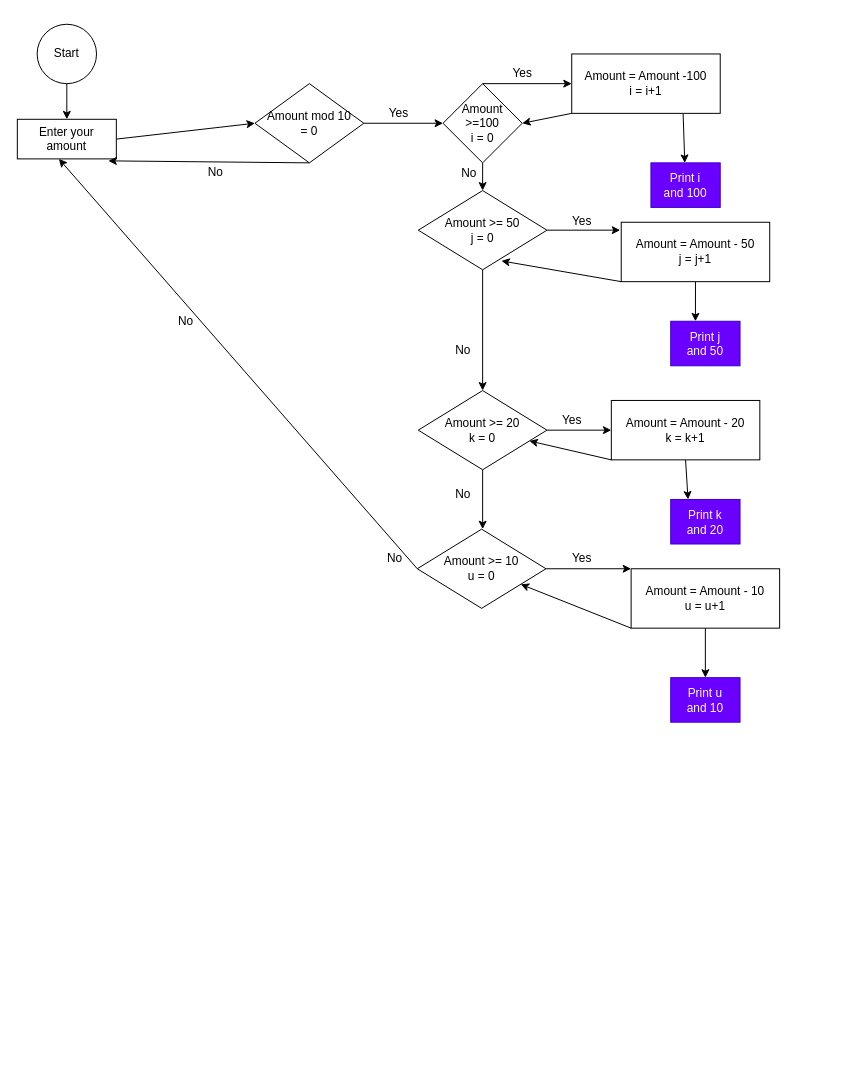
Above: ATM.drawio in nazilaAz/F23-Day4-Azabdaftar-Shaikh (draw.io), before the change. Source tidied: cells renumbered, new cells numbered last; positions are measured from the earlier drawing's top-left corner, leaving out a move shared by most shapes. Both pictures are drawn from the tidied source at 99%, with x=0, y=0 at pixel (17, 24).
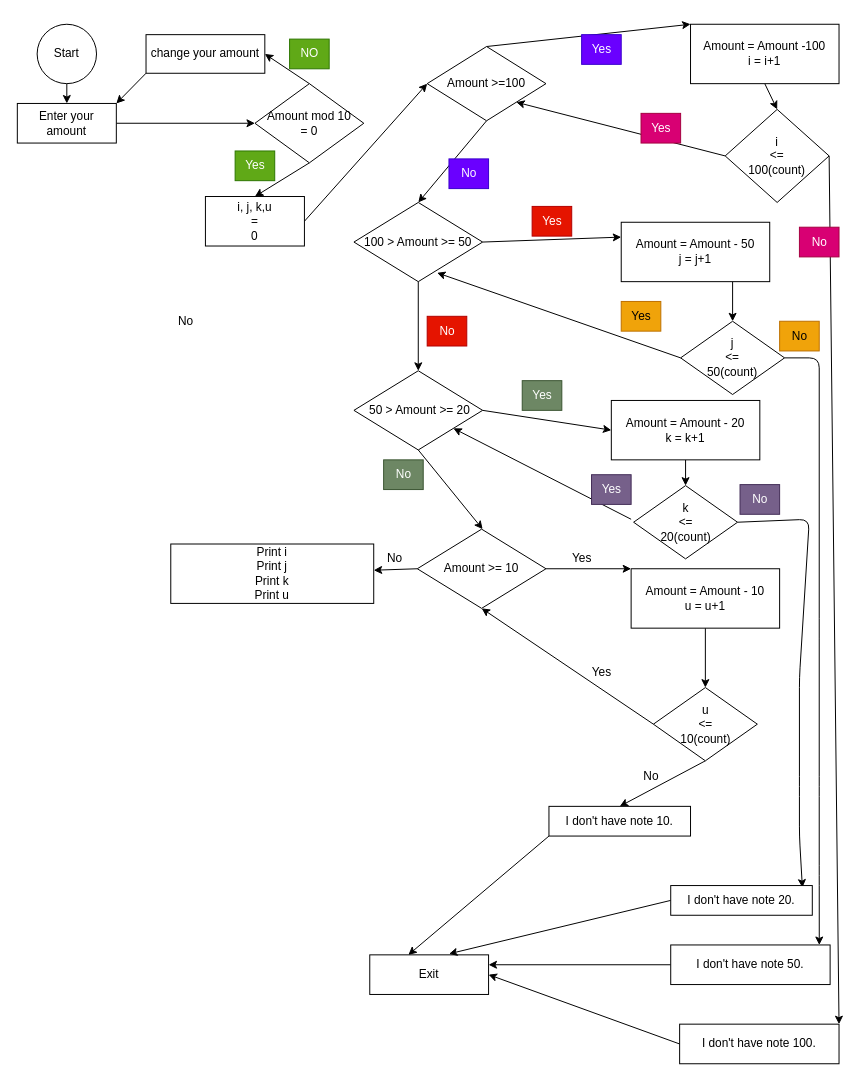
After the change.

Unchanged cells that the change refers to:
```xml
<mxCell id="21" value="Amount = Amount - 50&lt;br&gt;j = j+1" style="rounded=0;whiteSpace=wrap;html=1;" parent="1" vertex="1">
  <mxGeometry x="610" y="200" width="150" height="60" as="geometry" />
</mxCell>
<mxCell id="30" value="Amount = Amount - 20&lt;br&gt;k = k+1" style="rounded=0;whiteSpace=wrap;html=1;" parent="1" vertex="1">
  <mxGeometry x="600" y="380" width="150" height="60" as="geometry" />
</mxCell>
<mxCell id="39" value="Amount = Amount - 10&lt;br&gt;u = u+1" style="rounded=0;whiteSpace=wrap;html=1;" parent="1" vertex="1">
  <mxGeometry x="620" y="550" width="150" height="60" as="geometry" />
</mxCell>
<mxCell id="44" value="Amount mod 10 &lt;br&gt;= 0" style="rhombus;whiteSpace=wrap;html=1;" parent="1" vertex="1">
  <mxGeometry x="240" y="60" width="110" height="80" as="geometry" />
</mxCell>
```

What changed in the source:
```diff
@@
-    <mxCell id="4" style="edgeStyle=none;html=1;entryX=0;entryY=0.5;entryDx=0;entryDy=0;" parent="1" edge="1" target="8">
-      <mxGeometry relative="1" as="geometry">
-        <mxPoint x="350" y="100" as="sourcePoint" />
-      </mxGeometry>
-    </mxCell>
@@
     <mxCell id="6" value="Enter your amount" style="rounded=0;whiteSpace=wrap;html=1;" parent="1" vertex="1">
-      <mxGeometry y="96" width="100" height="40" as="geometry" />
+      <mxGeometry y="80" width="100" height="40" as="geometry" />
     </mxCell>
@@
+    <mxCell id="12" style="edgeStyle=none;html=1;exitX=0.5;exitY=0;exitDx=0;exitDy=0;entryX=0;entryY=0;entryDx=0;entryDy=0;" parent="1" edge="1" source="8" target="11">
+      <mxGeometry relative="1" as="geometry" />
+    </mxCell>
-    <mxCell id="8" value="Amount &amp;gt;=100&lt;br&gt;i = 0" style="rhombus;whiteSpace=wrap;html=1;" parent="1" vertex="1">
-      <mxGeometry x="430" y="60" width="80" height="80" as="geometry" />
+    <mxCell id="8" value="Amount &amp;gt;=100" style="rhombus;whiteSpace=wrap;html=1;" parent="1" vertex="1">
+      <mxGeometry x="414" y="22.5" width="120" height="75" as="geometry" />
     </mxCell>
-    <mxCell id="9" style="edgeStyle=none;html=1;exitX=0;exitY=1;exitDx=0;exitDy=0;entryX=1;entryY=0.5;entryDx=0;entryDy=0;" parent="1" edge="1" source="11" target="8">
-      <mxGeometry relative="1" as="geometry" />
-    </mxCell>
-    <mxCell id="10" style="edgeStyle=none;html=1;exitX=0.75;exitY=1;exitDx=0;exitDy=0;" parent="1" edge="1" source="11" target="14">
-      <mxGeometry relative="1" as="geometry" />
-    </mxCell>
+    <mxCell id="48" style="edgeStyle=none;html=1;exitX=0.5;exitY=1;exitDx=0;exitDy=0;entryX=0.5;entryY=0;entryDx=0;entryDy=0;" parent="1" edge="1" source="11" target="61">
+      <mxGeometry relative="1" as="geometry" />
+    </mxCell>
     <mxCell id="11" value="Amount = Amount -100&lt;br&gt;i = i+1" style="rounded=0;whiteSpace=wrap;html=1;" parent="1" vertex="1">
-      <mxGeometry x="560" y="30" width="150" height="60" as="geometry" />
+      <mxGeometry x="680" width="150" height="60" as="geometry" />
     </mxCell>
-    <mxCell id="12" style="edgeStyle=none;html=1;exitX=0.5;exitY=0;exitDx=0;exitDy=0;entryX=0;entryY=0.5;entryDx=0;entryDy=0;" parent="1" edge="1" source="8" target="11">
-      <mxGeometry relative="1" as="geometry" />
-    </mxCell>
-    <mxCell id="13" value="Yes" style="text;html=1;align=center;verticalAlign=middle;strokeColor=none;fillColor=none;" parent="1" vertex="1">
-      <mxGeometry x="490" y="35" width="40" height="30" as="geometry" />
-    </mxCell>
-    <mxCell id="14" value="Print i&lt;br&gt;and 100" style="rounded=0;whiteSpace=wrap;html=1;fillColor=#6a00ff;strokeColor=#3700CC;fontColor=#ffffff;" parent="1" vertex="1">
-      <mxGeometry x="640" y="140" width="70" height="45" as="geometry" />
-    </mxCell>
-    <mxCell id="15" value="No" style="text;html=1;align=center;verticalAlign=middle;strokeColor=none;fillColor=none;" parent="1" vertex="1">
+    <mxCell id="15" value="No" style="text;html=1;align=center;verticalAlign=middle;strokeColor=#3700CC;fillColor=#6a00ff;fontColor=#ffffff;" parent="1" vertex="1">
       <mxGeometry x="436" y="136" width="40" height="30" as="geometry" />
     </mxCell>
-    <mxCell id="16" style="edgeStyle=none;html=1;exitX=1;exitY=0.5;exitDx=0;exitDy=0;entryX=-0.007;entryY=0.133;entryDx=0;entryDy=0;entryPerimeter=0;" parent="1" edge="1" source="18" target="21">
+    <mxCell id="16" style="edgeStyle=none;html=1;exitX=1;exitY=0.5;exitDx=0;exitDy=0;entryX=0;entryY=0.25;entryDx=0;entryDy=0;" parent="1" edge="1" source="18" target="21">
       <mxGeometry relative="1" as="geometry" />
     </mxCell>
@@
-    <mxCell id="18" value="Amount &amp;gt;= 50&lt;br&gt;j = 0" style="rhombus;whiteSpace=wrap;html=1;" parent="1" vertex="1">
-      <mxGeometry x="405" y="168" width="130" height="80" as="geometry" />
+    <mxCell id="18" value="100 &amp;gt; Amount &amp;gt;= 50" style="rhombus;whiteSpace=wrap;html=1;" parent="1" vertex="1">
+      <mxGeometry x="340" y="180" width="130" height="80" as="geometry" />
     </mxCell>
-    <mxCell id="19" style="edgeStyle=none;html=1;exitX=0.5;exitY=1;exitDx=0;exitDy=0;entryX=0.357;entryY=0;entryDx=0;entryDy=0;entryPerimeter=0;" parent="1" edge="1" source="21" target="23">
-      <mxGeometry relative="1" as="geometry" />
-    </mxCell>
-    <mxCell id="20" style="edgeStyle=none;html=1;exitX=0;exitY=1;exitDx=0;exitDy=0;entryX=0.646;entryY=0.888;entryDx=0;entryDy=0;entryPerimeter=0;" parent="1" edge="1" source="21" target="18">
+    <mxCell id="20" style="edgeStyle=none;html=1;exitX=0;exitY=0.5;exitDx=0;exitDy=0;entryX=0.646;entryY=0.888;entryDx=0;entryDy=0;entryPerimeter=0;" parent="1" edge="1" source="71" target="18">
       <mxGeometry relative="1" as="geometry" />
     </mxCell>
+    <mxCell id="49" style="edgeStyle=none;html=1;exitX=0.75;exitY=1;exitDx=0;exitDy=0;entryX=0.5;entryY=0;entryDx=0;entryDy=0;" parent="1" edge="1" source="21" target="71">
+      <mxGeometry relative="1" as="geometry" />
+    </mxCell>
@@
-    <mxCell id="22" value="Yes" style="text;html=1;align=center;verticalAlign=middle;strokeColor=none;fillColor=none;" parent="1" vertex="1">
-      <mxGeometry x="550" y="184" width="40" height="30" as="geometry" />
+    <mxCell id="22" value="Yes" style="text;html=1;align=center;verticalAlign=middle;strokeColor=#B20000;fillColor=#e51400;fontColor=#ffffff;" parent="1" vertex="1">
+      <mxGeometry x="520" y="184" width="40" height="30" as="geometry" />
     </mxCell>
-    <mxCell id="23" value="Print j&lt;br&gt;and 50" style="rounded=0;whiteSpace=wrap;html=1;fillColor=#6a00ff;fontColor=#ffffff;strokeColor=#3700CC;" parent="1" vertex="1">
-      <mxGeometry x="660" y="300" width="70" height="45" as="geometry" />
-    </mxCell>
@@
-    <mxCell id="26" value="Amount &amp;gt;= 20&lt;br&gt;k = 0" style="rhombus;whiteSpace=wrap;html=1;" parent="1" vertex="1">
-      <mxGeometry x="405" y="370" width="130" height="80" as="geometry" />
+    <mxCell id="26" value="&amp;nbsp;50 &amp;gt; Amount &amp;gt;= 20" style="rhombus;whiteSpace=wrap;html=1;" parent="1" vertex="1">
+      <mxGeometry x="340" y="350" width="130" height="80" as="geometry" />
     </mxCell>
-    <mxCell id="27" value="No" style="text;html=1;align=center;verticalAlign=middle;strokeColor=none;fillColor=none;" parent="1" vertex="1">
-      <mxGeometry x="430" y="315" width="40" height="30" as="geometry" />
+    <mxCell id="27" value="No" style="text;html=1;align=center;verticalAlign=middle;strokeColor=#B20000;fillColor=#e51400;fontColor=#ffffff;" parent="1" vertex="1">
+      <mxGeometry x="414" y="295" width="40" height="30" as="geometry" />
     </mxCell>
-    <mxCell id="28" style="edgeStyle=none;html=1;exitX=0.5;exitY=1;exitDx=0;exitDy=0;entryX=0.25;entryY=0;entryDx=0;entryDy=0;" parent="1" edge="1" source="30" target="32">
-      <mxGeometry relative="1" as="geometry" />
-    </mxCell>
-    <mxCell id="29" style="edgeStyle=none;html=1;exitX=0;exitY=1;exitDx=0;exitDy=0;" parent="1" edge="1" source="30" target="26">
-      <mxGeometry relative="1" as="geometry" />
+    <mxCell id="29" style="edgeStyle=none;html=1;" parent="1" edge="1" target="26">
+      <mxGeometry relative="1" as="geometry">
+        <mxPoint x="620" y="500" as="sourcePoint" />
+      </mxGeometry>
     </mxCell>
+    <mxCell id="50" style="edgeStyle=none;html=1;exitX=0.5;exitY=1;exitDx=0;exitDy=0;entryX=0.5;entryY=0;entryDx=0;entryDy=0;" parent="1" edge="1" source="30" target="77">
+      <mxGeometry relative="1" as="geometry" />
+    </mxCell>
@@
-    <mxCell id="31" value="Yes" style="text;html=1;align=center;verticalAlign=middle;strokeColor=none;fillColor=none;" parent="1" vertex="1">
-      <mxGeometry x="540" y="385" width="40" height="30" as="geometry" />
+    <mxCell id="31" value="Yes" style="text;html=1;align=center;verticalAlign=middle;strokeColor=#3A5431;fillColor=#6d8764;fontColor=#ffffff;" parent="1" vertex="1">
+      <mxGeometry x="510" y="360" width="40" height="30" as="geometry" />
     </mxCell>
-    <mxCell id="32" value="Print k&lt;br&gt;and 20" style="rounded=0;whiteSpace=wrap;html=1;fillColor=#6a00ff;fontColor=#ffffff;strokeColor=#3700CC;" parent="1" vertex="1">
-      <mxGeometry x="660" y="480" width="70" height="45" as="geometry" />
-    </mxCell>
-    <mxCell id="33" value="No" style="text;html=1;align=center;verticalAlign=middle;strokeColor=none;fillColor=none;" parent="1" vertex="1">
-      <mxGeometry x="430" y="460" width="40" height="30" as="geometry" />
+    <mxCell id="33" value="No" style="text;html=1;align=center;verticalAlign=middle;strokeColor=#3A5431;fillColor=#6d8764;fontColor=#ffffff;" parent="1" vertex="1">
+      <mxGeometry x="370" y="440" width="40" height="30" as="geometry" />
     </mxCell>
@@
-    <mxCell id="35" style="edgeStyle=none;html=1;exitX=0;exitY=0.5;exitDx=0;exitDy=0;entryX=0.42;entryY=1;entryDx=0;entryDy=0;entryPerimeter=0;" parent="1" edge="1" source="36" target="6">
-      <mxGeometry relative="1" as="geometry" />
-    </mxCell>
+    <mxCell id="51" style="edgeStyle=none;html=1;exitX=0;exitY=0.5;exitDx=0;exitDy=0;" parent="1" edge="1" source="36" target="85">
+      <mxGeometry relative="1" as="geometry" />
+    </mxCell>
-    <mxCell id="36" value="Amount &amp;gt;= 10&lt;br&gt;u = 0" style="rhombus;whiteSpace=wrap;html=1;" parent="1" vertex="1">
+    <mxCell id="36" value="Amount &amp;gt;= 10" style="rhombus;whiteSpace=wrap;html=1;" parent="1" vertex="1">
       <mxGeometry x="404" y="510" width="130" height="80" as="geometry" />
     </mxCell>
-    <mxCell id="37" style="edgeStyle=none;html=1;exitX=0;exitY=1;exitDx=0;exitDy=0;" parent="1" edge="1" source="39" target="36">
+    <mxCell id="37" style="edgeStyle=none;html=1;exitX=0;exitY=0.5;exitDx=0;exitDy=0;entryX=0.5;entryY=1;entryDx=0;entryDy=0;" parent="1" edge="1" source="83" target="36">
       <mxGeometry relative="1" as="geometry" />
     </mxCell>
-    <mxCell id="38" style="edgeStyle=none;html=1;exitX=0.5;exitY=1;exitDx=0;exitDy=0;entryX=0.5;entryY=0;entryDx=0;entryDy=0;" parent="1" edge="1" source="39" target="41">
-      <mxGeometry relative="1" as="geometry" />
-    </mxCell>
+    <mxCell id="52" style="edgeStyle=none;html=1;exitX=0.5;exitY=1;exitDx=0;exitDy=0;entryX=0.5;entryY=0;entryDx=0;entryDy=0;" parent="1" edge="1" source="39" target="83">
+      <mxGeometry relative="1" as="geometry" />
+    </mxCell>
@@
-    <mxCell id="41" value="Print u&lt;br&gt;and 10" style="rounded=0;whiteSpace=wrap;html=1;fillColor=#6a00ff;fontColor=#ffffff;strokeColor=#3700CC;" parent="1" vertex="1">
-      <mxGeometry x="660" y="660" width="70" height="45" as="geometry" />
-    </mxCell>
@@
-    <mxCell id="43" style="edgeStyle=none;html=1;exitX=0.5;exitY=1;exitDx=0;exitDy=0;entryX=0.92;entryY=1.05;entryDx=0;entryDy=0;entryPerimeter=0;" parent="1" edge="1" source="44" target="6">
-      <mxGeometry relative="1" as="geometry" />
-    </mxCell>
+    <mxCell id="53" style="edgeStyle=none;html=1;exitX=0.5;exitY=0;exitDx=0;exitDy=0;entryX=1;entryY=0.5;entryDx=0;entryDy=0;" parent="1" edge="1" source="44" target="56">
+      <mxGeometry relative="1" as="geometry" />
+    </mxCell>
+    <mxCell id="54" style="edgeStyle=none;html=1;exitX=0.5;exitY=1;exitDx=0;exitDy=0;entryX=0.5;entryY=0;entryDx=0;entryDy=0;" parent="1" edge="1" source="44" target="68">
+      <mxGeometry relative="1" as="geometry" />
+    </mxCell>
@@
-    <mxCell id="45" value="Yes" style="text;html=1;align=center;verticalAlign=middle;strokeColor=none;fillColor=none;" parent="1" vertex="1">
-      <mxGeometry x="365" y="75" width="40" height="30" as="geometry" />
-    </mxCell>
+    <mxCell id="47" value="No" style="text;html=1;align=center;verticalAlign=middle;strokeColor=none;fillColor=none;" parent="1" vertex="1">
+      <mxGeometry x="150" y="285" width="40" height="30" as="geometry" />
+    </mxCell>
+    <mxCell id="55" style="edgeStyle=none;html=1;exitX=0;exitY=1;exitDx=0;exitDy=0;entryX=1;entryY=0;entryDx=0;entryDy=0;" parent="1" edge="1" source="56" target="6">
+      <mxGeometry relative="1" as="geometry" />
+    </mxCell>
+    <mxCell id="56" value="change your amount" style="rounded=0;whiteSpace=wrap;html=1;" parent="1" vertex="1">
+      <mxGeometry x="130" y="10.5" width="120" height="39" as="geometry" />
+    </mxCell>
+    <mxCell id="57" value="NO" style="text;html=1;align=center;verticalAlign=middle;strokeColor=#2D7600;fillColor=#60a917;fontColor=#ffffff;" parent="1" vertex="1">
+      <mxGeometry x="275" y="15" width="40" height="30" as="geometry" />
+    </mxCell>
+    <mxCell id="58" value="Yes" style="text;html=1;align=center;verticalAlign=middle;fillColor=#6a00ff;fontColor=#ffffff;strokeColor=#3700CC;" parent="1" vertex="1">
+      <mxGeometry x="570" y="10.5" width="40" height="30" as="geometry" />
+    </mxCell>
+    <mxCell id="59" style="edgeStyle=none;html=1;exitX=0;exitY=0.5;exitDx=0;exitDy=0;entryX=1;entryY=1;entryDx=0;entryDy=0;" parent="1" edge="1" source="61" target="8">
+      <mxGeometry relative="1" as="geometry" />
+    </mxCell>
+    <mxCell id="60" style="edgeStyle=none;html=1;exitX=1;exitY=0.5;exitDx=0;exitDy=0;entryX=1;entryY=0;entryDx=0;entryDy=0;" parent="1" edge="1" source="61" target="64">
+      <mxGeometry relative="1" as="geometry" />
+    </mxCell>
+    <mxCell id="61" value="i &lt;br&gt;&amp;lt;= &lt;br&gt;100(count)" style="rhombus;whiteSpace=wrap;html=1;" parent="1" vertex="1">
+      <mxGeometry x="715" y="86" width="105" height="94" as="geometry" />
+    </mxCell>
+    <mxCell id="62" value="Yes" style="text;html=1;align=center;verticalAlign=middle;fillColor=#d80073;fontColor=#ffffff;strokeColor=#A50040;" parent="1" vertex="1">
+      <mxGeometry x="630" y="90" width="40" height="30" as="geometry" />
+    </mxCell>
+    <mxCell id="63" style="edgeStyle=none;html=1;exitX=0;exitY=0.5;exitDx=0;exitDy=0;entryX=1;entryY=0.5;entryDx=0;entryDy=0;" parent="1" edge="1" source="64" target="66">
+      <mxGeometry relative="1" as="geometry" />
+    </mxCell>
+    <mxCell id="64" value="I don't have note 100.&lt;br&gt;" style="rounded=0;whiteSpace=wrap;html=1;" parent="1" vertex="1">
+      <mxGeometry x="669" y="1010" width="161" height="40" as="geometry" />
+    </mxCell>
+    <mxCell id="65" value="No" style="text;html=1;align=center;verticalAlign=middle;strokeColor=#A50040;fillColor=#d80073;fontColor=#ffffff;" parent="1" vertex="1">
+      <mxGeometry x="790" y="205" width="40" height="30" as="geometry" />
+    </mxCell>
+    <mxCell id="66" value="Exit" style="rounded=0;whiteSpace=wrap;html=1;" parent="1" vertex="1">
+      <mxGeometry x="356" y="940" width="120" height="40" as="geometry" />
+    </mxCell>
+    <mxCell id="67" style="edgeStyle=none;html=1;exitX=1;exitY=0.5;exitDx=0;exitDy=0;entryX=0;entryY=0.5;entryDx=0;entryDy=0;" parent="1" edge="1" source="68" target="8">
+      <mxGeometry relative="1" as="geometry" />
+    </mxCell>
+    <mxCell id="68" value="i, j, k,u &lt;br&gt;= &lt;br&gt;0" style="rounded=0;whiteSpace=wrap;html=1;" parent="1" vertex="1">
+      <mxGeometry x="190" y="174" width="100" height="50" as="geometry" />
+    </mxCell>
+    <mxCell id="69" value="Yes" style="text;html=1;align=center;verticalAlign=middle;strokeColor=#2D7600;fillColor=#60a917;fontColor=#ffffff;" parent="1" vertex="1">
+      <mxGeometry x="220" y="128" width="40" height="30" as="geometry" />
+    </mxCell>
+    <mxCell id="70" style="edgeStyle=none;html=1;exitX=1;exitY=0.5;exitDx=0;exitDy=0;entryX=0.932;entryY=0;entryDx=0;entryDy=0;entryPerimeter=0;" parent="1" edge="1" source="71" target="74">
+      <mxGeometry relative="1" as="geometry">
+        <Array as="points">
+          <mxPoint x="810" y="337" />
+          <mxPoint x="810" y="610" />
+          <mxPoint x="810" y="770" />
+          <mxPoint x="810" y="860" />
+        </Array>
+      </mxGeometry>
+    </mxCell>
+    <mxCell id="71" value="j&lt;br&gt;&amp;lt;= &lt;br&gt;50(count)" style="rhombus;whiteSpace=wrap;html=1;" parent="1" vertex="1">
+      <mxGeometry x="670" y="300" width="105" height="74" as="geometry" />
+    </mxCell>
+    <mxCell id="72" value="Yes" style="text;html=1;align=center;verticalAlign=middle;strokeColor=#BD7000;fillColor=#f0a30a;fontColor=#000000;" parent="1" vertex="1">
+      <mxGeometry x="610" y="280" width="40" height="30" as="geometry" />
+    </mxCell>
+    <mxCell id="73" style="edgeStyle=none;html=1;exitX=0;exitY=0.5;exitDx=0;exitDy=0;entryX=1;entryY=0.25;entryDx=0;entryDy=0;" parent="1" edge="1" source="74" target="66">
+      <mxGeometry relative="1" as="geometry" />
+    </mxCell>
+    <mxCell id="74" value="I don't have note 50." style="rounded=0;whiteSpace=wrap;html=1;" parent="1" vertex="1">
+      <mxGeometry x="660" y="930" width="161" height="40" as="geometry" />
+    </mxCell>
+    <mxCell id="75" value="No" style="text;html=1;align=center;verticalAlign=middle;strokeColor=#BD7000;fillColor=#f0a30a;fontColor=#000000;" parent="1" vertex="1">
+      <mxGeometry x="770" y="300" width="40" height="30" as="geometry" />
+    </mxCell>
+    <mxCell id="76" style="edgeStyle=none;html=1;exitX=1;exitY=0.5;exitDx=0;exitDy=0;entryX=0.93;entryY=0.067;entryDx=0;entryDy=0;entryPerimeter=0;" parent="1" edge="1" source="77" target="80">
+      <mxGeometry relative="1" as="geometry">
+        <Array as="points">
+          <mxPoint x="800" y="500" />
+          <mxPoint x="790" y="660" />
+          <mxPoint x="790" y="770" />
+          <mxPoint x="790" y="820" />
+        </Array>
+      </mxGeometry>
+    </mxCell>
+    <mxCell id="77" value="k&lt;br&gt;&amp;lt;= &lt;br&gt;20(count)" style="rhombus;whiteSpace=wrap;html=1;" parent="1" vertex="1">
+      <mxGeometry x="622.5" y="466" width="105" height="74" as="geometry" />
+    </mxCell>
+    <mxCell id="78" value="Yes" style="text;html=1;align=center;verticalAlign=middle;strokeColor=#432D57;fillColor=#76608a;fontColor=#ffffff;" parent="1" vertex="1">
+      <mxGeometry x="580" y="455" width="40" height="30" as="geometry" />
+    </mxCell>
+    <mxCell id="79" style="edgeStyle=none;html=1;exitX=0;exitY=0.5;exitDx=0;exitDy=0;entryX=0.667;entryY=-0.025;entryDx=0;entryDy=0;entryPerimeter=0;" parent="1" edge="1" source="80" target="66">
+      <mxGeometry relative="1" as="geometry" />
+    </mxCell>
+    <mxCell id="80" value="I don't have note 20." style="rounded=0;whiteSpace=wrap;html=1;" parent="1" vertex="1">
+      <mxGeometry x="660" y="870" width="143" height="30" as="geometry" />
+    </mxCell>
+    <mxCell id="81" value="No" style="text;html=1;align=center;verticalAlign=middle;strokeColor=#432D57;fillColor=#76608a;fontColor=#ffffff;" parent="1" vertex="1">
+      <mxGeometry x="730" y="465" width="40" height="30" as="geometry" />
+    </mxCell>
+    <mxCell id="82" style="edgeStyle=none;html=1;exitX=0.5;exitY=1;exitDx=0;exitDy=0;entryX=0.5;entryY=0;entryDx=0;entryDy=0;" parent="1" edge="1" source="83" target="87">
+      <mxGeometry relative="1" as="geometry" />
+    </mxCell>
+    <mxCell id="83" value="u&lt;br&gt;&amp;lt;= &lt;br&gt;10(count)" style="rhombus;whiteSpace=wrap;html=1;" parent="1" vertex="1">
+      <mxGeometry x="642.5" y="670" width="105" height="74" as="geometry" />
+    </mxCell>
+    <mxCell id="84" value="Yes" style="text;html=1;align=center;verticalAlign=middle;strokeColor=none;fillColor=none;" parent="1" vertex="1">
+      <mxGeometry x="570" y="640" width="40" height="30" as="geometry" />
+    </mxCell>
+    <mxCell id="85" value="Print i&lt;br&gt;Print j&lt;br&gt;Print k&lt;br&gt;Print u" style="rounded=0;whiteSpace=wrap;html=1;" parent="1" vertex="1">
+      <mxGeometry x="155" y="525" width="205" height="60" as="geometry" />
+    </mxCell>
+    <mxCell id="86" style="edgeStyle=none;html=1;exitX=0;exitY=1;exitDx=0;exitDy=0;entryX=0.325;entryY=0;entryDx=0;entryDy=0;entryPerimeter=0;" parent="1" edge="1" source="87" target="66">
+      <mxGeometry relative="1" as="geometry" />
+    </mxCell>
+    <mxCell id="87" value="I don't have note 10." style="rounded=0;whiteSpace=wrap;html=1;" parent="1" vertex="1">
+      <mxGeometry x="537" y="790" width="143" height="30" as="geometry" />
+    </mxCell>
     <mxCell id="46" value="No" style="text;html=1;align=center;verticalAlign=middle;strokeColor=none;fillColor=none;" parent="1" vertex="1">
-      <mxGeometry x="180" y="135" width="40" height="30" as="geometry" />
+      <mxGeometry x="620" y="745" width="40" height="30" as="geometry" />
     </mxCell>
-    <mxCell id="47" value="No" style="text;html=1;align=center;verticalAlign=middle;strokeColor=none;fillColor=none;" parent="1" vertex="1">
-      <mxGeometry x="150" y="285" width="40" height="30" as="geometry" />
-    </mxCell>
```
